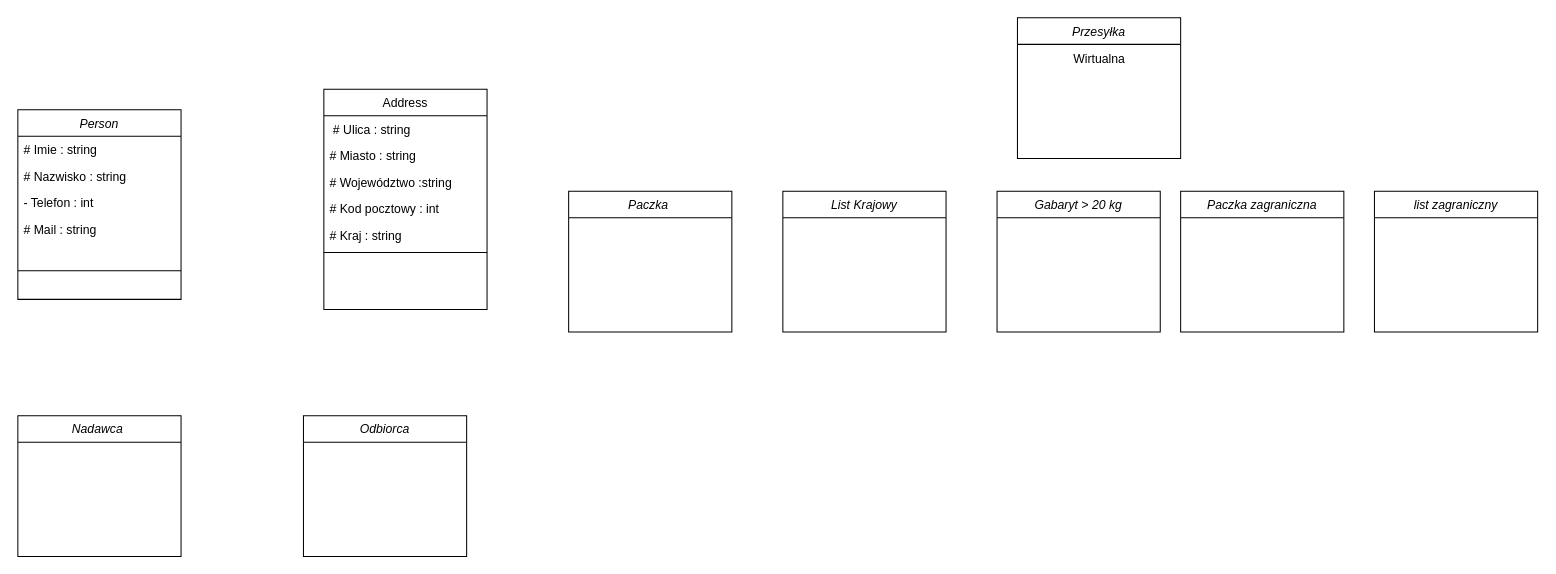
Q4tym/Projekt-PSiO keeps this draw.io diagram as UML.drawio. Above is the earlier version. Source tidied: cells renumbered, new cells numbered last; positions are measured from the earlier drawing's top-left corner, leaving out a move shared by most shapes. Both pictures are drawn from the tidied source at 102%, with x=0, y=0 at pixel (17, 17).
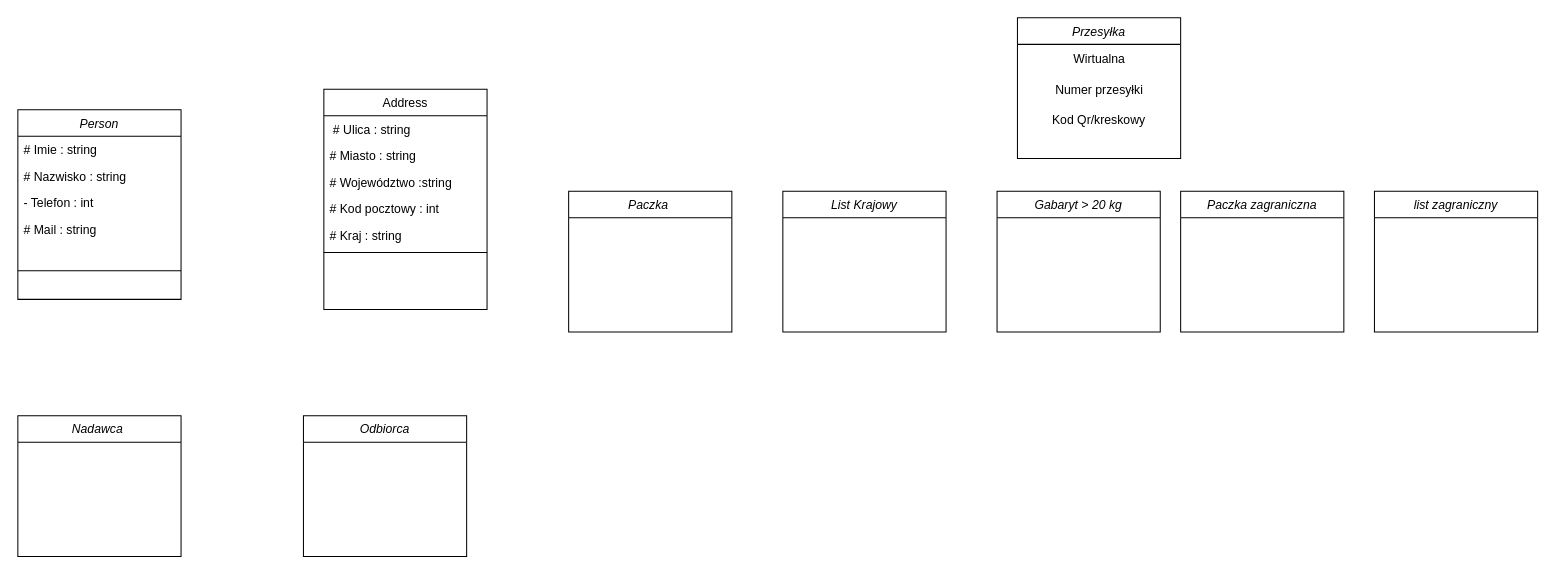
The same diagram, later.

The change refers to these unchanged cells:
```xml
<mxCell id="15" value="Przesyłka" style="swimlane;fontStyle=2;align=center;verticalAlign=top;horizontal=1;startSize=26;rounded=0;shadow=0;strokeWidth=1;" parent="1" vertex="1">
  <mxGeometry x="980" width="160" height="138" as="geometry" />
</mxCell>
```

The edit, as a diff of the source:
```diff
@@
+    <mxCell id="24" value="Numer przesyłki" style="text;html=1;align=center;verticalAlign=middle;strokeColor=none;fillColor=none;" parent="15" vertex="1">
+      <mxGeometry y="56" width="160" height="30" as="geometry" />
+    </mxCell>
+    <mxCell id="25" value="Kod Qr/kreskowy" style="text;html=1;align=center;verticalAlign=middle;whiteSpace=wrap;rounded=0;" parent="15" vertex="1">
+      <mxGeometry y="86" width="160" height="30" as="geometry" />
+    </mxCell>
```
